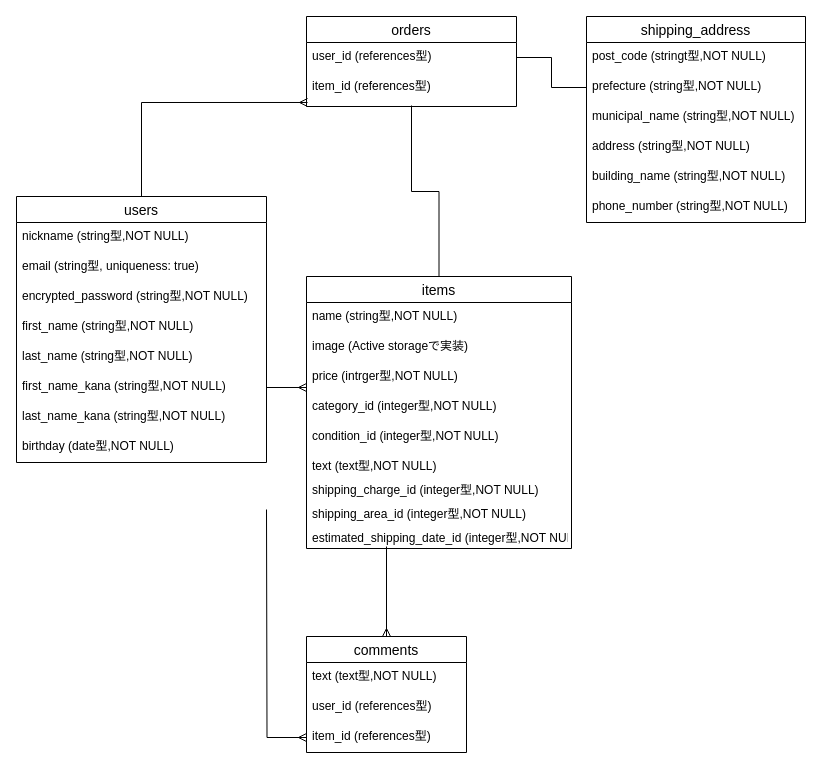
Above: db.dio in aloha0055/furima-32866 (draw.io), before the change. Source tidied: cells renumbered, new cells numbered last; positions are measured from the earlier drawing's top-left corner, leaving out a move shared by most shapes. Both pictures are drawn from the tidied source at 100%, with x=0, y=0 at pixel (16, 16).
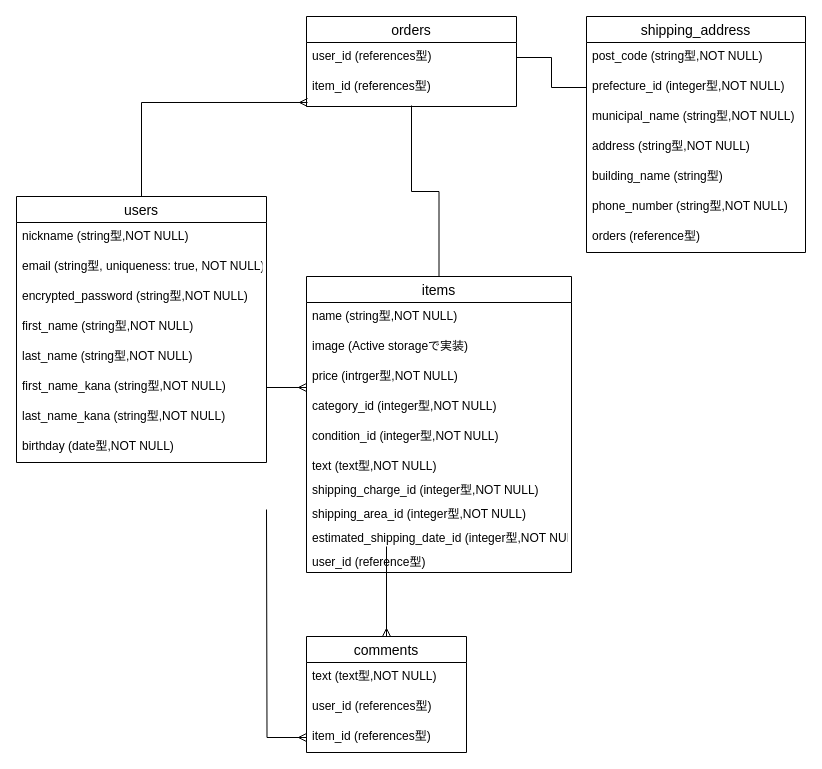
Above is the later version.

Commit message (it also covers changes not shown here):
データベース設計　修正２

Unchanged cells that the change refers to:
```xml
<mxCell id="3" value="users" style="swimlane;fontStyle=0;horizontal=1;startSize=26;align=center;fontSize=14;" parent="1" vertex="1">
  <mxGeometry y="180" width="250" height="266" as="geometry" />
</mxCell>
```

What changed in the source:
```diff
@@
-    <mxCell id="5" value="email (string型, uniqueness: true)" style="text;strokeColor=none;fillColor=none;spacingLeft=4;spacingRight=4;overflow=hidden;fontSize=12;" parent="3" vertex="1">
+    <mxCell id="5" value="email (string型, uniqueness: true, NOT NULL)" style="text;strokeColor=none;fillColor=none;spacingLeft=4;spacingRight=4;overflow=hidden;fontSize=12;" parent="3" vertex="1">
       <mxGeometry y="56" width="250" height="30" as="geometry" />
     </mxCell>
@@
     <mxCell id="16" value="items" style="swimlane;fontStyle=0;horizontal=1;startSize=26;align=center;fontSize=14;" parent="1" vertex="1">
-      <mxGeometry x="290" y="260" width="265" height="272" as="geometry" />
+      <mxGeometry x="290" y="260" width="265" height="296" as="geometry" />
     </mxCell>
@@
+    <mxCell id="41" value="user_id (reference型)" style="text;strokeColor=none;fillColor=none;spacingLeft=4;spacingRight=4;overflow=hidden;fontSize=12;" parent="16" vertex="1">
+      <mxGeometry y="272" width="265" height="24" as="geometry" />
+    </mxCell>
     <mxCell id="26" value="shipping_address" style="swimlane;fontStyle=0;horizontal=1;startSize=26;align=center;fontSize=14;strokeWidth=1;" parent="1" vertex="1">
-      <mxGeometry x="570" width="219" height="206" as="geometry" />
+      <mxGeometry x="570" width="219" height="236" as="geometry" />
     </mxCell>
-    <mxCell id="27" value="post_code (stringt型,NOT NULL)" style="text;strokeColor=none;fillColor=none;spacingLeft=4;spacingRight=4;overflow=hidden;fontSize=12;" parent="26" vertex="1">
+    <mxCell id="27" value="post_code (string型,NOT NULL)" style="text;strokeColor=none;fillColor=none;spacingLeft=4;spacingRight=4;overflow=hidden;fontSize=12;" parent="26" vertex="1">
       <mxGeometry y="26" width="219" height="30" as="geometry" />
     </mxCell>
-    <mxCell id="28" value="prefecture (string型,NOT NULL)" style="text;strokeColor=none;fillColor=none;spacingLeft=4;spacingRight=4;overflow=hidden;points=[[0,0.5],[1,0.5]];portConstraint=eastwest;fontSize=12;" parent="26" vertex="1">
+    <mxCell id="28" value="prefecture_id (integer型,NOT NULL)" style="text;strokeColor=none;fillColor=none;spacingLeft=4;spacingRight=4;overflow=hidden;points=[[0,0.5],[1,0.5]];portConstraint=eastwest;fontSize=12;" parent="26" vertex="1">
       <mxGeometry y="56" width="219" height="30" as="geometry" />
     </mxCell>
@@
-    <mxCell id="31" value="building_name (string型,NOT NULL)" style="text;strokeColor=none;fillColor=none;spacingLeft=4;spacingRight=4;overflow=hidden;fontSize=12;" parent="26" vertex="1">
+    <mxCell id="31" value="building_name (string型)" style="text;strokeColor=none;fillColor=none;spacingLeft=4;spacingRight=4;overflow=hidden;fontSize=12;" parent="26" vertex="1">
       <mxGeometry y="146" width="219" height="30" as="geometry" />
     </mxCell>
@@
+    <mxCell id="42" value="orders (reference型)" style="text;strokeColor=none;fillColor=none;spacingLeft=4;spacingRight=4;overflow=hidden;fontSize=12;" parent="26" vertex="1">
+      <mxGeometry y="206" width="219" height="30" as="geometry" />
+    </mxCell>
```
